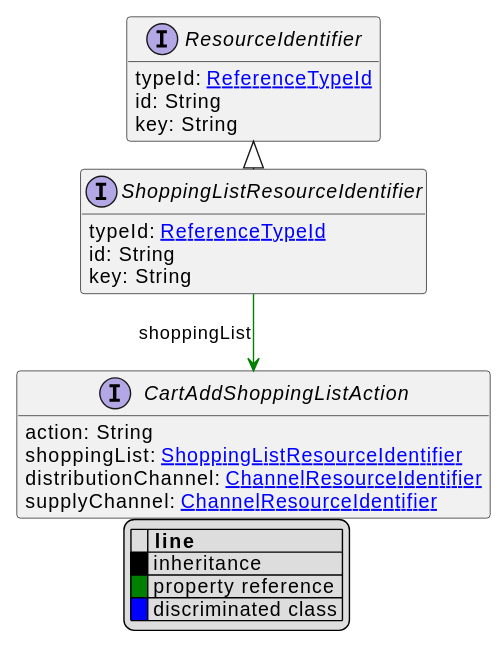
Before: uml/api/svg/ShoppingListResourceIdentifier.svg, a diagram exported from PlantUML (commercetools/commercetools-api-reference).
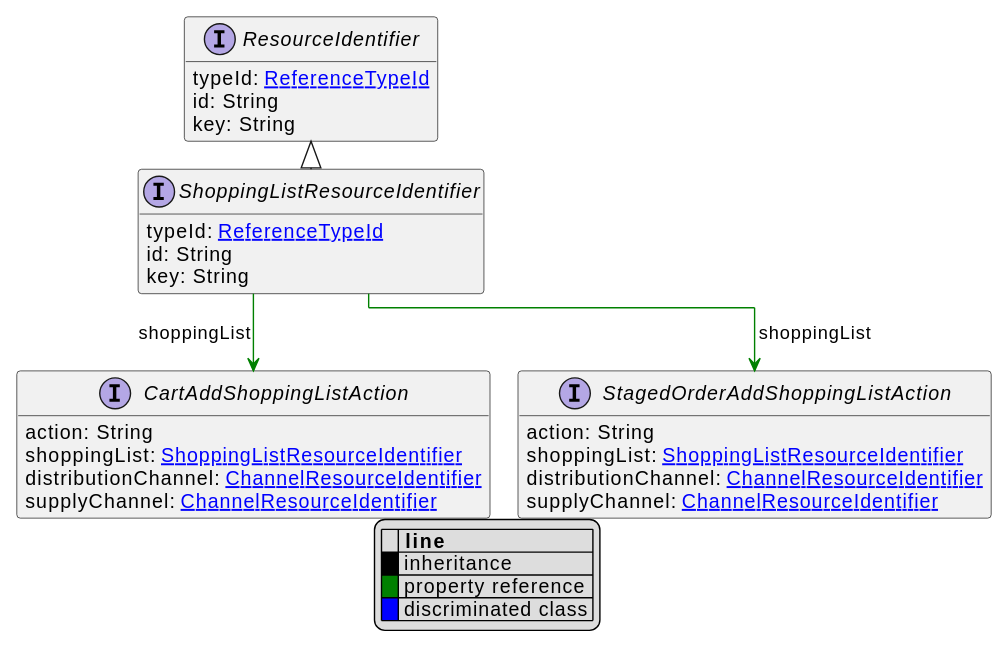
Above is the later version.

Diff of the diagram source:
```diff
@@ -26,6 +26,13 @@
     distributionChannel: [[ChannelResourceIdentifier.svg ChannelResourceIdentifier]]
     supplyChannel: [[ChannelResourceIdentifier.svg ChannelResourceIdentifier]]
 }
+interface StagedOrderAddShoppingListAction [[StagedOrderAddShoppingListAction.svg]]  {
+    action: String
+    shoppingList: [[ShoppingListResourceIdentifier.svg ShoppingListResourceIdentifier]]
+    distributionChannel: [[ChannelResourceIdentifier.svg ChannelResourceIdentifier]]
+    supplyChannel: [[ChannelResourceIdentifier.svg ChannelResourceIdentifier]]
+}
 
 ShoppingListResourceIdentifier --> CartAddShoppingListAction #green;text:green : "shoppingList"
+ShoppingListResourceIdentifier --> StagedOrderAddShoppingListAction #green;text:green : "shoppingList"
 @enduml
```
